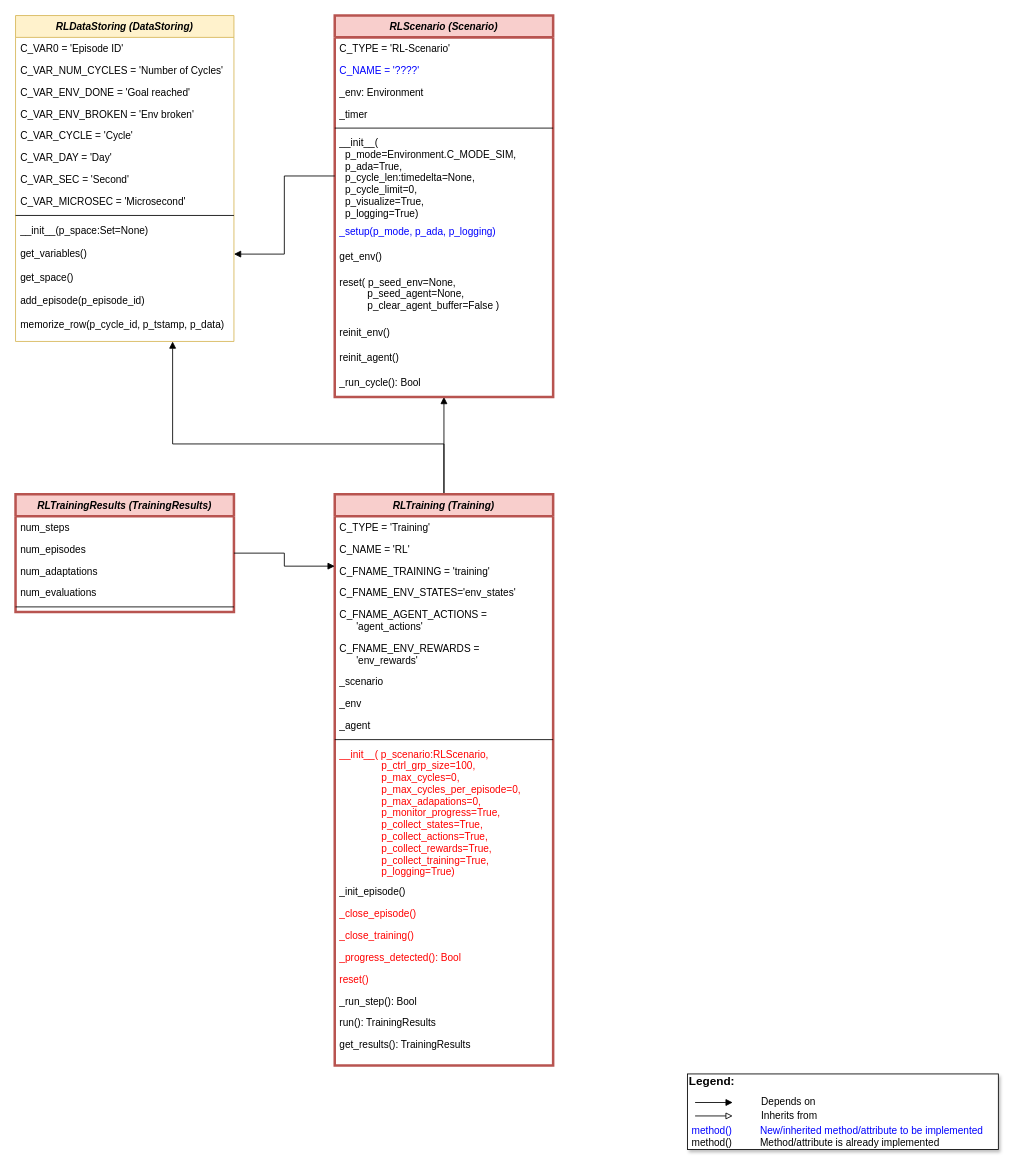
Earlier version of the draw.io diagram doc/rl/04 run and train/MLPro-RL-Train class diagram.drawio (fhswf/MLPro). Source tidied: cells renumbered, new cells numbered last; positions are measured from the earlier drawing's top-left corner, leaving out a move shared by most shapes. Both pictures are drawn from the tidied source at 84%, with x=0, y=0 at pixel (15, 15).
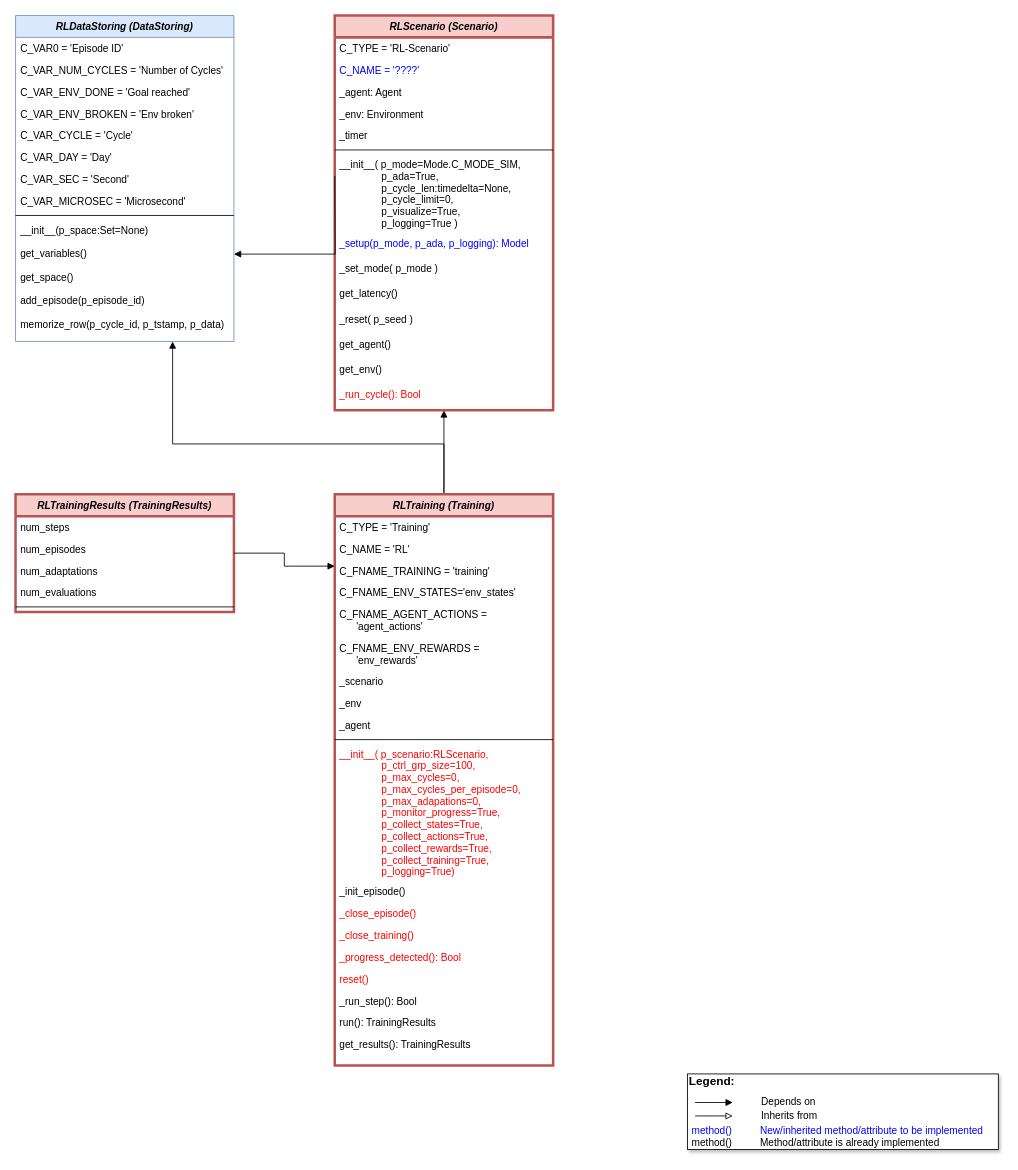
After the change.

The change refers to these unchanged cells:
```xml
<mxCell id="52" value="get_variables()" style="text;align=left;verticalAlign=top;spacingLeft=4;spacingRight=4;overflow=hidden;points=[[0,0.5],[1,0.5]];portConstraint=eastwest;" parent="41" vertex="1">
  <mxGeometry y="270" width="260" height="28" as="geometry" />
</mxCell>
```

What changed in the source:
```diff
@@
     <mxCell id="24" value="RLScenario (Scenario)" style="swimlane;fontStyle=3;align=center;verticalAlign=top;horizontal=1;startSize=26;rounded=0;shadow=0;strokeWidth=3;fillColor=#f8cecc;strokeColor=#b85450;" parent="1" vertex="1">
-      <mxGeometry x="380" width="260" height="454" as="geometry" />
+      <mxGeometry x="380" width="260" height="470" as="geometry" />
     </mxCell>
@@
+    <mxCell id="64" value="_agent: Agent" style="text;align=left;verticalAlign=top;spacingLeft=4;spacingRight=4;overflow=hidden;" parent="24" vertex="1">
+      <mxGeometry y="78" width="260" height="26" as="geometry" />
+    </mxCell>
     <mxCell id="27" value="_env: Environment" style="text;align=left;verticalAlign=top;spacingLeft=4;spacingRight=4;overflow=hidden;" parent="24" vertex="1">
-      <mxGeometry y="78" width="260" height="26" as="geometry" />
+      <mxGeometry y="104" width="260" height="26" as="geometry" />
     </mxCell>
     <mxCell id="28" value="_timer" style="text;align=left;verticalAlign=top;spacingLeft=4;spacingRight=4;overflow=hidden;" parent="24" vertex="1">
-      <mxGeometry y="104" width="260" height="26" as="geometry" />
+      <mxGeometry y="130" width="260" height="26" as="geometry" />
     </mxCell>
     <mxCell id="29" style="line;html=1;strokeWidth=1;align=left;verticalAlign=middle;spacingTop=-1;spacingLeft=3;spacingRight=3;labelPosition=right;" parent="24" vertex="1">
-      <mxGeometry y="130" width="260" height="8" as="geometry" />
+      <mxGeometry y="156" width="260" height="8" as="geometry" />
     </mxCell>
-    <mxCell id="30" value="__init__(&#10;  p_mode=Environment.C_MODE_SIM,&#10;  p_ada=True, &#10;  p_cycle_len:timedelta=None,&#10;  p_cycle_limit=0,&#10;  p_visualize=True,&#10;  p_logging=True)" style="text;align=left;verticalAlign=top;spacingLeft=4;spacingRight=4;overflow=hidden;points=[[0,0.5],[1,0.5]];portConstraint=eastwest;" parent="24" vertex="1">
-      <mxGeometry y="138" width="260" height="106" as="geometry" />
-    </mxCell>
+    <mxCell id="65" value="__init__( p_mode=Mode.C_MODE_SIM,&#10;               p_ada=True, &#10;               p_cycle_len:timedelta=None,&#10;               p_cycle_limit=0,&#10;               p_visualize=True,&#10;               p_logging=True )" style="text;align=left;verticalAlign=top;spacingLeft=4;spacingRight=4;overflow=hidden;" parent="24" vertex="1">
+      <mxGeometry y="164" width="260" height="94" as="geometry" />
+    </mxCell>
-    <mxCell id="31" value="_setup(p_mode, p_ada, p_logging)" style="text;align=left;verticalAlign=top;spacingLeft=4;spacingRight=4;overflow=hidden;fontColor=#0000FF;" parent="24" vertex="1">
-      <mxGeometry y="244" width="260" height="30" as="geometry" />
+    <mxCell id="31" value="_setup(p_mode, p_ada, p_logging): Model" style="text;align=left;verticalAlign=top;spacingLeft=4;spacingRight=4;overflow=hidden;fontColor=#0000FF;" parent="24" vertex="1">
+      <mxGeometry y="258" width="260" height="30" as="geometry" />
     </mxCell>
+    <mxCell id="66" value="_set_mode( p_mode )" style="text;align=left;verticalAlign=top;spacingLeft=4;spacingRight=4;overflow=hidden;" parent="24" vertex="1">
+      <mxGeometry y="288" width="260" height="30" as="geometry" />
+    </mxCell>
+    <mxCell id="67" value="get_latency()" style="text;align=left;verticalAlign=top;spacingLeft=4;spacingRight=4;overflow=hidden;" parent="24" vertex="1">
+      <mxGeometry y="318" width="260" height="30" as="geometry" />
+    </mxCell>
+    <mxCell id="68" value="_reset( p_seed )" style="text;align=left;verticalAlign=top;spacingLeft=4;spacingRight=4;overflow=hidden;" parent="24" vertex="1">
+      <mxGeometry y="348" width="260" height="30" as="geometry" />
+    </mxCell>
+    <mxCell id="69" value="get_agent()" style="text;align=left;verticalAlign=top;spacingLeft=4;spacingRight=4;overflow=hidden;" parent="24" vertex="1">
+      <mxGeometry y="378" width="260" height="30" as="geometry" />
+    </mxCell>
     <mxCell id="32" value="get_env()" style="text;align=left;verticalAlign=top;spacingLeft=4;spacingRight=4;overflow=hidden;" parent="24" vertex="1">
-      <mxGeometry y="274" width="260" height="30" as="geometry" />
+      <mxGeometry y="408" width="260" height="30" as="geometry" />
     </mxCell>
-    <mxCell id="33" value="reset( p_seed_env=None, &#10;          p_seed_agent=None,&#10;          p_clear_agent_buffer=False )" style="text;align=left;verticalAlign=top;spacingLeft=4;spacingRight=4;overflow=hidden;" parent="24" vertex="1">
-      <mxGeometry y="304" width="260" height="60" as="geometry" />
-    </mxCell>
-    <mxCell id="34" value="reinit_env()" style="text;align=left;verticalAlign=top;spacingLeft=4;spacingRight=4;overflow=hidden;" parent="24" vertex="1">
-      <mxGeometry y="364" width="260" height="30" as="geometry" />
-    </mxCell>
-    <mxCell id="35" value="reinit_agent()" style="text;align=left;verticalAlign=top;spacingLeft=4;spacingRight=4;overflow=hidden;" parent="24" vertex="1">
-      <mxGeometry y="394" width="260" height="30" as="geometry" />
-    </mxCell>
-    <mxCell id="36" value="_run_cycle(): Bool" style="text;align=left;verticalAlign=top;spacingLeft=4;spacingRight=4;overflow=hidden;" parent="24" vertex="1">
-      <mxGeometry y="424" width="260" height="30" as="geometry" />
+    <mxCell id="36" value="_run_cycle(): Bool" style="text;align=left;verticalAlign=top;spacingLeft=4;spacingRight=4;overflow=hidden;fontColor=#FF0000;" parent="24" vertex="1">
+      <mxGeometry y="438" width="260" height="30" as="geometry" />
     </mxCell>
@@
-    <mxCell id="41" value="RLDataStoring (DataStoring)" style="swimlane;fontStyle=3;align=center;verticalAlign=top;horizontal=1;startSize=26;rounded=0;shadow=0;strokeWidth=1;fillColor=#fff2cc;strokeColor=#d6b656;" parent="1" vertex="1">
+    <mxCell id="41" value="RLDataStoring (DataStoring)" style="swimlane;fontStyle=3;align=center;verticalAlign=top;horizontal=1;startSize=26;rounded=0;shadow=0;strokeWidth=1;fillColor=#dae8fc;strokeColor=#6c8ebf;" parent="1" vertex="1">
       <mxGeometry width="260" height="388" as="geometry" />
     </mxCell>
@@
-    <mxCell id="56" style="edgeStyle=orthogonalEdgeStyle;rounded=0;jettySize=auto;html=1;entryX=1;entryY=0.5;entryDx=0;entryDy=0;endArrow=block;endFill=1;" parent="1" edge="1" source="30" target="52">
-      <mxGeometry relative="1" as="geometry" />
+    <mxCell id="56" style="edgeStyle=orthogonalEdgeStyle;rounded=0;jettySize=auto;html=1;entryX=1;entryY=0.5;entryDx=0;entryDy=0;endArrow=block;endFill=1;" parent="1" edge="1" target="52">
+      <mxGeometry relative="1" as="geometry">
+        <mxPoint x="380" y="191" as="sourcePoint" />
+      </mxGeometry>
     </mxCell>
```
